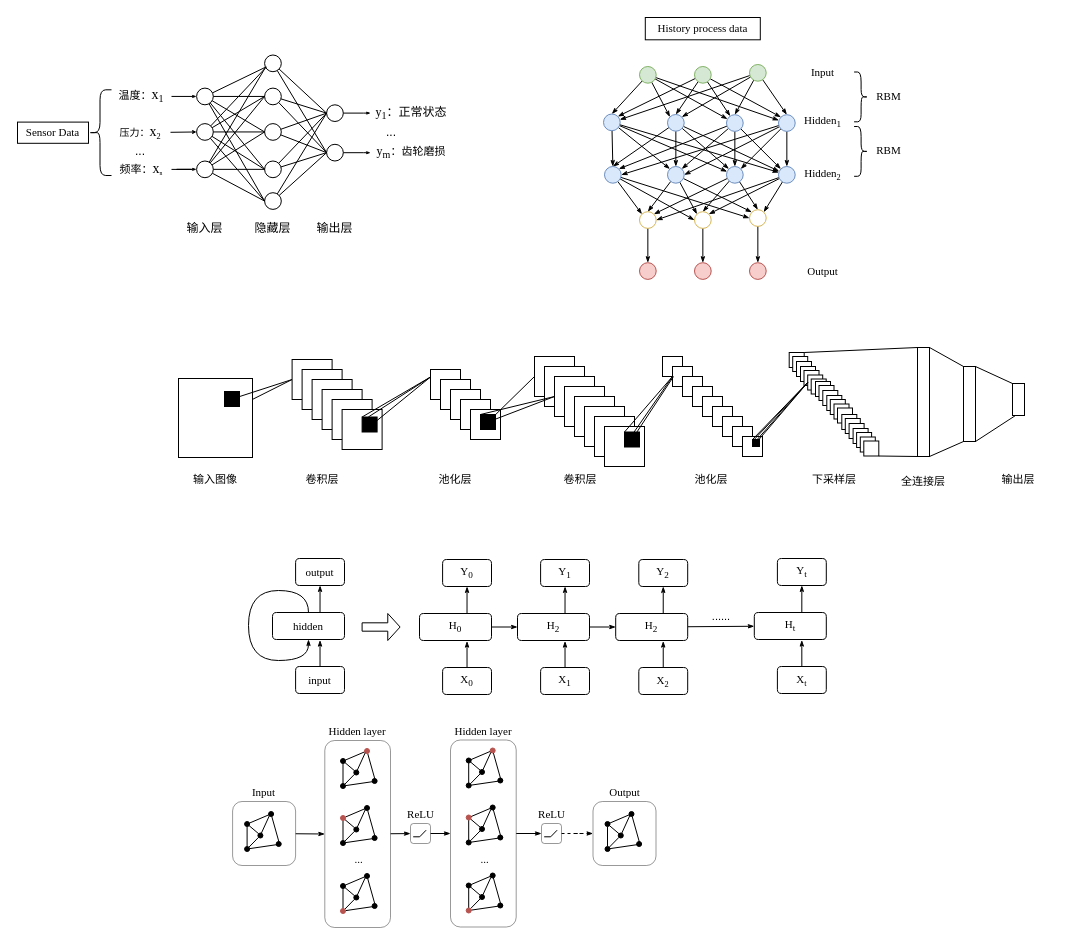
Earlier version of the draw.io diagram page "第 10 页" (10 of 10) of 故障诊断流程图.drawio (GPlaying/brain_map). Source tidied: cells renumbered, new cells numbered last; positions are measured from the earlier drawing's top-left corner, leaving out a move shared by most shapes. Both pictures are drawn from the tidied source at 100%, with x=0, y=0 at pixel (17, 17).
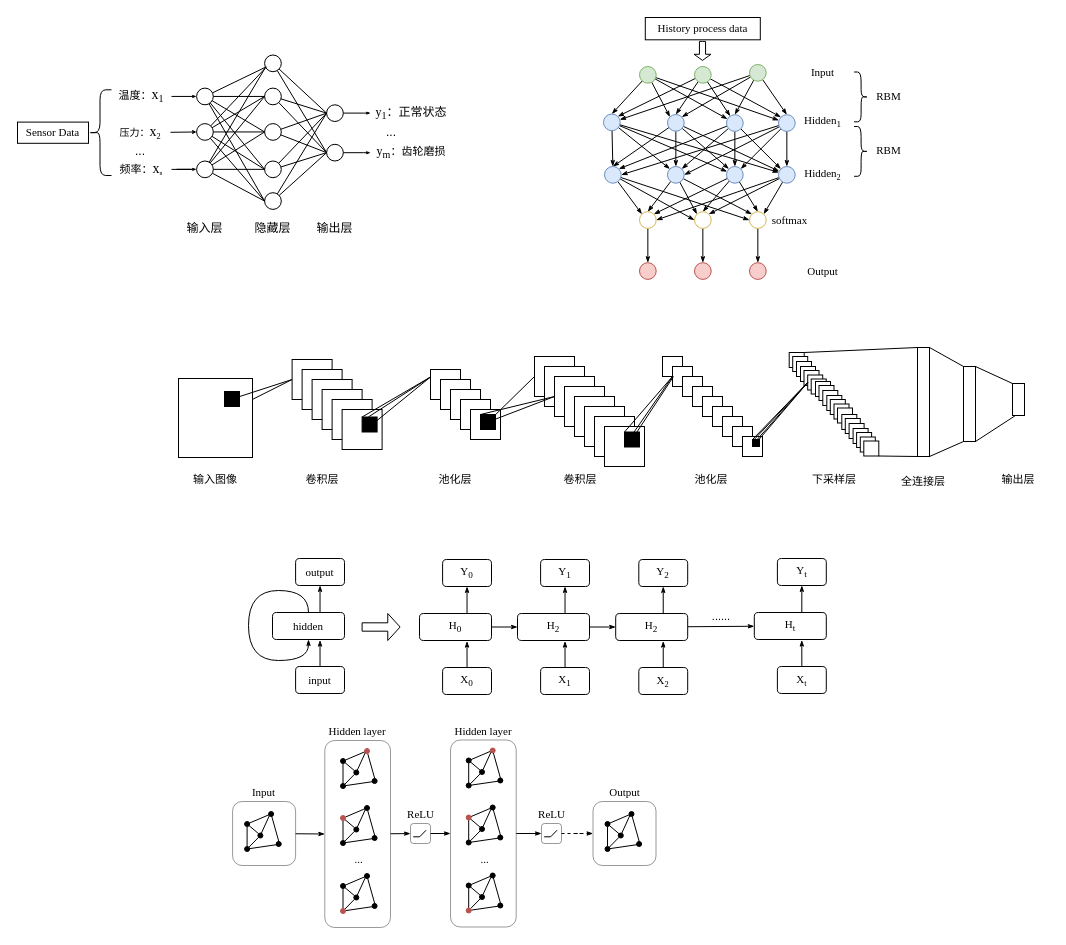
The same diagram, later.

Commit message (it also covers changes not shown here):
更新故障诊断流程图.drawio

The edit, as a diff of the source:
```diff
@@
     <mxCell id="358" style="ellipse;whiteSpace=wrap;html=1;fontFamily=Times New Roman;fontSize=12;fillColor=none;strokeColor=#d6b656;" parent="1" vertex="1">
-      <mxGeometry x="732" y="192.2" width="16.7" height="16.7" as="geometry" />
+      <mxGeometry x="732" y="194.2" width="16.7" height="16.7" as="geometry" />
     </mxCell>
+    <mxCell id="359" value="&lt;font face=&quot;Times New Roman&quot;&gt;softmax&lt;/font&gt;" style="text;html=1;strokeColor=none;fillColor=none;align=center;verticalAlign=middle;whiteSpace=wrap;rounded=0;fontSize=11;fontFamily=Helvetica;fontColor=default;" parent="1" vertex="1">
+      <mxGeometry x="750.8" y="196" width="42.9" height="13" as="geometry" />
+    </mxCell>
+    <mxCell id="360" style="html=1;shadow=0;dashed=0;align=center;verticalAlign=middle;shape=mxgraph.arrows2.arrow;dy=0.64;dx=6.13;direction=south;notch=0;fontFamily=Helvetica;fontSize=11;fontColor=default;" parent="1" vertex="1">
+      <mxGeometry x="676.5" y="23.9" width="17" height="19" as="geometry" />
+    </mxCell>
```
